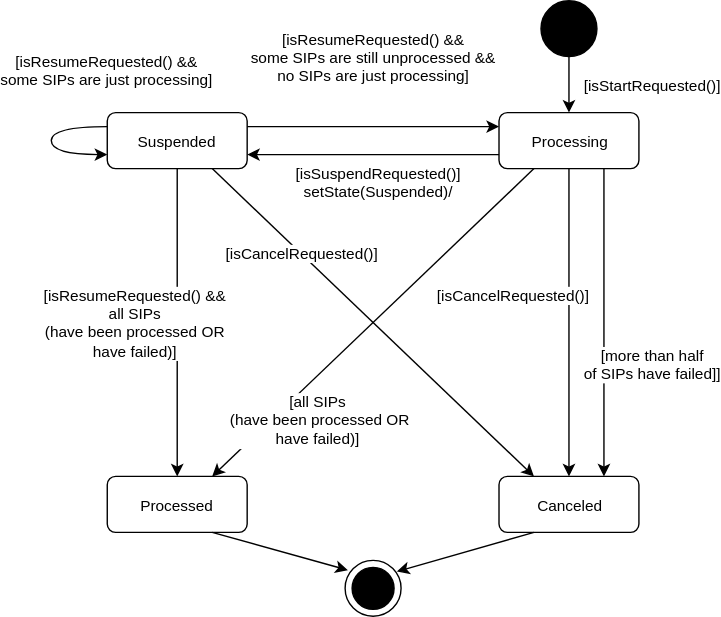
LIBCAS/ARCLib keeps this draw.io diagram as wiki/img/Batch_state_diagram.svg. Above is the earlier version. Source tidied: cells renumbered, new cells last; positions are measured from the earlier drawing's top-left corner, leaving out a move shared by most shapes. Its diagram source:
```xml
<mxGraphModel>
  <root>
    <mxCell id="0" />
    <mxCell id="1" parent="0" />
    <mxCell id="2" value="Processing" style="shape=rect;rounded=1;html=1;whiteSpace=wrap;align=center;shadow=0;fillColor=#FFFFFF;fontSize=11;" parent="1" vertex="1">
      <mxGeometry x="320" y="80" width="100" height="40" as="geometry" />
    </mxCell>
    <mxCell id="3" value="Suspended" style="shape=rect;rounded=1;html=1;whiteSpace=wrap;align=center;shadow=0;fillColor=#FFFFFF;fontSize=11;" parent="1" vertex="1">
      <mxGeometry x="40" y="80" width="100" height="40" as="geometry" />
    </mxCell>
    <mxCell id="4" value="[isSuspendRequested()]&lt;div&gt;setState(Suspended)/&lt;/div&gt;" style="edgeStyle=none;rounded=0;html=1;startArrow=none;startFill=0;endArrow=classic;endFill=1;jettySize=auto;fontSize=11;entryX=1;entryY=0.75;exitX=0;exitY=0.75;" parent="1" edge="1" source="2" target="3">
      <mxGeometry x="-0.04" y="20" relative="1" as="geometry" />
    </mxCell>
    <mxCell id="5" value="Canceled" style="shape=rect;rounded=1;html=1;whiteSpace=wrap;align=center;shadow=0;fillColor=#FFFFFF;fontSize=11;" parent="1" vertex="1">
      <mxGeometry x="320" y="340" width="100" height="40" as="geometry" />
    </mxCell>
    <mxCell id="6" value="Processed" style="shape=rect;rounded=1;html=1;whiteSpace=wrap;align=center;shadow=0;fillColor=#FFFFFF;fontSize=11;" parent="1" vertex="1">
      <mxGeometry x="40" y="340" width="100" height="40" as="geometry" />
    </mxCell>
    <mxCell id="7" value="[isCancelRequested()]" style="edgeStyle=none;rounded=0;html=1;startArrow=none;startFill=0;endArrow=classic;endFill=1;jettySize=auto;fontSize=11;exitX=0.5;exitY=1;" parent="1" edge="1" source="2" target="5">
      <mxGeometry x="-0.18" y="-40" relative="1" as="geometry" />
    </mxCell>
    <mxCell id="8" value="[isResumeRequested() &amp;amp;&amp;amp;&lt;div&gt;all SIPs&lt;div&gt;(have been processed OR&lt;/div&gt;&lt;div&gt;have failed)]&lt;/div&gt;&lt;/div&gt;" style="edgeStyle=none;rounded=0;html=1;entryX=0.5;entryY=0;startArrow=none;startFill=0;endArrow=classic;endFill=1;jettySize=auto;fontSize=11;" parent="1" edge="1" source="3" target="6">
      <mxGeometry y="-30" relative="1" as="geometry" />
    </mxCell>
    <mxCell id="9" style="shape=ellipse;html=1;fillColor=#000000;fontSize=18;fontColor=#ffffff;shadow=0;" parent="1" vertex="1">
      <mxGeometry x="350" width="40" height="40" as="geometry" />
    </mxCell>
    <mxCell id="10" value="[isStartRequested()]" style="edgeStyle=none;rounded=0;html=1;entryX=0.5;entryY=0;startArrow=none;startFill=0;endArrow=classic;endFill=1;jettySize=auto;fontSize=11;" parent="1" edge="1" source="9" target="2">
      <mxGeometry y="60" relative="1" as="geometry" />
    </mxCell>
    <mxCell id="11" style="shape=mxgraph.sysml.actFinal;html=1;verticalLabelPosition=bottom;labelBackgroundColor=#ffffff;verticalAlign=top;shadow=0;fillColor=#FFFFFF;fontSize=11;" parent="1" vertex="1">
      <mxGeometry x="210" y="400" width="40" height="40" as="geometry" />
    </mxCell>
    <mxCell id="12" style="edgeStyle=none;rounded=0;html=1;startArrow=none;startFill=0;endArrow=classic;endFill=1;jettySize=auto;fontSize=11;entryX=0.925;entryY=0.2;entryPerimeter=0;exitX=0.25;exitY=1;" parent="1" edge="1" source="5" target="11">
      <mxGeometry relative="1" as="geometry" />
    </mxCell>
    <mxCell id="13" style="edgeStyle=none;rounded=0;html=1;exitX=0.75;exitY=1;startArrow=none;startFill=0;endArrow=classic;endFill=1;jettySize=auto;fontSize=11;entryX=0.05;entryY=0.175;entryPerimeter=0;" parent="1" edge="1" source="6" target="11">
      <mxGeometry relative="1" as="geometry" />
    </mxCell>
    <mxCell id="14" value="[isResumeRequested() &amp;amp;&amp;amp;&lt;div&gt;some SIPs are just processing]&lt;/div&gt;" style="edgeStyle=orthogonalEdgeStyle;rounded=0;html=1;startArrow=none;startFill=0;endArrow=classic;endFill=1;jettySize=auto;orthogonalLoop=1;fontSize=11;curved=1;entryX=0;entryY=0.75;" parent="1" edge="1" source="3" target="3">
      <mxGeometry x="-0.2" y="57" relative="1" as="geometry">
        <Array as="points">
          <mxPoint y="90" />
          <mxPoint y="110" />
        </Array>
        <mxPoint x="-17" y="-40" as="offset" />
      </mxGeometry>
    </mxCell>
    <mxCell id="15" value="[isResumeRequested() &amp;amp;&amp;amp;&lt;div&gt;some SIPs are still unprocessed &amp;amp;&amp;amp;&lt;div&gt;no SIPs are just processing]&lt;/div&gt;&lt;/div&gt;" style="rounded=0;html=1;exitX=1;exitY=0.25;entryX=0;entryY=0.25;startArrow=none;startFill=0;endArrow=classic;endFill=1;jettySize=auto;fontSize=11;" parent="1" edge="1" source="3" target="2">
      <mxGeometry y="50" relative="1" as="geometry" />
    </mxCell>
    <mxCell id="16" value="[isCancelRequested()]" style="rounded=0;html=1;exitX=0.75;exitY=1;entryX=0.25;entryY=0;startArrow=none;startFill=0;endArrow=classic;endFill=1;jettySize=auto;fontSize=11;" parent="1" edge="1" source="3" target="5">
      <mxGeometry x="-0.44" y="2" relative="1" as="geometry">
        <mxPoint y="1" as="offset" />
      </mxGeometry>
    </mxCell>
    <mxCell id="17" value="[more than half&lt;div&gt;of SIPs have failed]]&lt;/div&gt;" style="edgeStyle=none;rounded=0;html=1;exitX=0.75;exitY=1;entryX=0.75;entryY=0;startArrow=none;startFill=0;endArrow=classic;endFill=1;jettySize=auto;fontSize=11;" parent="1" edge="1" source="2" target="5">
      <mxGeometry x="0.27" y="35" relative="1" as="geometry" />
    </mxCell>
    <mxCell id="18" value="[all SIPs&lt;div&gt;&amp;nbsp;(have been processed OR&lt;/div&gt;&lt;div&gt;have failed)]&lt;/div&gt;" style="edgeStyle=none;rounded=0;html=1;entryX=0.75;entryY=0;startArrow=none;startFill=0;endArrow=classic;endFill=1;jettySize=auto;fontSize=11;exitX=0.25;exitY=1;labelBackgroundColor=#ffffff;" parent="1" edge="1" source="2" target="6">
      <mxGeometry x="0.49" y="23" relative="1" as="geometry" />
    </mxCell>
  </root>
</mxGraphModel>
```
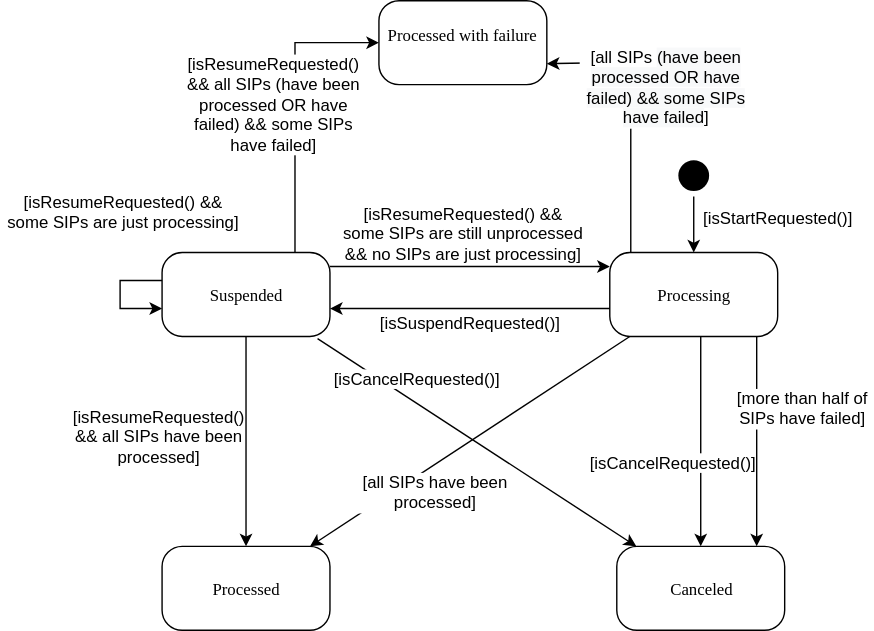
The same file after the commit.

Commit message:
updated batch state diagram

Change to the diagram source:
```diff
@@ -1,65 +1,122 @@
-<mxGraphModel>
+<mxGraphModel background="#ffffff">
   <root>
     <mxCell id="0" />
     <mxCell id="1" parent="0" />
+    <mxCell id="19" style="edgeStyle=orthogonalEdgeStyle;rounded=0;jettySize=auto;html=1;strokeColor=#000000;" parent="1" edge="1" source="20" target="2">
+      <mxGeometry y="65" relative="1" as="geometry" />
+    </mxCell>
+    <mxCell id="20" style="ellipse;html=1;shape=startState;fillColor=#000000;strokeColor=none;rounded=1;shadow=0;comic=0;labelBackgroundColor=none;fontFamily=Verdana;fontSize=12;fontColor=#000000;align=center;direction=south;" parent="1" vertex="1">
+      <mxGeometry x="570" y="-10" width="30" height="30" as="geometry" />
+    </mxCell>
+    <mxCell id="4" style="edgeStyle=orthogonalEdgeStyle;rounded=0;jettySize=auto;html=1;" parent="1" edge="1" source="2" target="3">
+      <mxGeometry relative="1" as="geometry">
+        <Array as="points">
+          <mxPoint x="460" y="100" />
+          <mxPoint x="460" y="100" />
+        </Array>
+      </mxGeometry>
+    </mxCell>
+    <mxCell id="21" style="edgeStyle=orthogonalEdgeStyle;rounded=0;jettySize=auto;html=1;strokeColor=#000000;fontSize=12;fontColor=#000000;" parent="1" edge="1" source="2" target="5">
+      <mxGeometry relative="1" as="geometry">
+        <Array as="points">
+          <mxPoint x="630" y="160" />
+          <mxPoint x="630" y="160" />
+        </Array>
+      </mxGeometry>
+    </mxCell>
+    <mxCell id="22" style="edgeStyle=orthogonalEdgeStyle;rounded=0;jettySize=auto;html=1;entryX=0.5;entryY=0;entryDx=0;entryDy=0;strokeColor=#000000;fontSize=12;fontColor=#000000;" parent="1" edge="1" source="2" target="5">
+      <mxGeometry relative="1" as="geometry">
+        <Array as="points">
+          <mxPoint x="590" y="160" />
+          <mxPoint x="590" y="160" />
+        </Array>
+      </mxGeometry>
+    </mxCell>
+    <mxCell id="23" style="edgeStyle=orthogonalEdgeStyle;rounded=0;jettySize=auto;html=1;entryX=1;entryY=0.75;entryDx=0;entryDy=0;strokeColor=#000000;fontSize=12;fontColor=#000000;" parent="1" edge="1" source="2" target="33">
+      <mxGeometry relative="1" as="geometry">
+        <Array as="points">
+          <mxPoint x="540" y="-76" />
+        </Array>
+      </mxGeometry>
+    </mxCell>
-    <mxCell id="2" value="Processing" style="shape=rect;rounded=1;html=1;whiteSpace=wrap;align=center;shadow=0;fillColor=#FFFFFF;fontSize=11;" parent="1" vertex="1">
-      <mxGeometry x="320" y="80" width="100" height="40" as="geometry" />
+    <mxCell id="2" value="Processing" style="rounded=1;whiteSpace=wrap;html=1;arcSize=24;fillColor=none;strokeColor=#000000;shadow=0;comic=0;labelBackgroundColor=none;fontFamily=Verdana;fontSize=12;fontColor=#000000;align=center;" parent="1" vertex="1">
+      <mxGeometry x="525" y="60" width="120" height="60" as="geometry" />
     </mxCell>
+    <mxCell id="24" style="edgeStyle=orthogonalEdgeStyle;rounded=0;jettySize=auto;html=1;strokeColor=#000000;fontSize=12;fontColor=#000000;" parent="1" edge="1" source="3" target="2">
+      <mxGeometry relative="1" as="geometry">
+        <Array as="points">
+          <mxPoint x="470" y="70" />
+          <mxPoint x="470" y="70" />
+        </Array>
+      </mxGeometry>
+    </mxCell>
+    <mxCell id="8" style="edgeStyle=orthogonalEdgeStyle;rounded=0;jettySize=auto;html=1;strokeColor=#000000;fontSize=12;fontColor=#000000;" parent="1" edge="1" source="3" target="6">
+      <mxGeometry relative="1" as="geometry" />
+    </mxCell>
+    <mxCell id="25" style="edgeStyle=orthogonalEdgeStyle;rounded=0;jettySize=auto;html=1;entryX=0;entryY=0.5;entryDx=0;entryDy=0;strokeColor=#000000;fontSize=12;fontColor=#000000;" parent="1" edge="1" source="3" target="33">
+      <mxGeometry relative="1" as="geometry">
+        <Array as="points">
+          <mxPoint x="300" y="-90" />
+        </Array>
+      </mxGeometry>
+    </mxCell>
-    <mxCell id="3" value="Suspended" style="shape=rect;rounded=1;html=1;whiteSpace=wrap;align=center;shadow=0;fillColor=#FFFFFF;fontSize=11;" parent="1" vertex="1">
-      <mxGeometry x="40" y="80" width="100" height="40" as="geometry" />
+    <mxCell id="3" value="Suspended" style="rounded=1;whiteSpace=wrap;html=1;arcSize=24;fillColor=none;strokeColor=#000000;shadow=0;comic=0;labelBackgroundColor=none;fontFamily=Verdana;fontSize=12;fontColor=#000000;align=center;" parent="1" vertex="1">
+      <mxGeometry x="205" y="60" width="120" height="60" as="geometry" />
     </mxCell>
-    <mxCell id="4" value="[isSuspendRequested()]&lt;div&gt;setState(Suspended)/&lt;/div&gt;" style="edgeStyle=none;rounded=0;html=1;startArrow=none;startFill=0;endArrow=classic;endFill=1;jettySize=auto;fontSize=11;entryX=1;entryY=0.75;exitX=0;exitY=0.75;" parent="1" edge="1" source="2" target="3">
-      <mxGeometry x="-0.04" y="20" relative="1" as="geometry" />
-    </mxCell>
+    <mxCell id="15" value="[isResumeRequested() &amp;amp;&amp;amp; some SIPs are still unprocessed &amp;amp;&amp;amp; no SIPs are just processing]" style="rounded=0;whiteSpace=wrap;html=1;strokeColor=none;fillColor=none;fontColor=#000000;labelBackgroundColor=#ffffff;" parent="1" vertex="1">
+      <mxGeometry x="332.5" y="20" width="175" height="50" as="geometry" />
+    </mxCell>
+    <mxCell id="10" value="&lt;span style=&quot;font-size: 12px; white-space: nowrap; background-color: rgb(255, 255, 255);&quot;&gt;[isStartRequested()]&lt;/span&gt;" style="rounded=0;whiteSpace=wrap;html=1;strokeColor=none;fillColor=none;fontColor=#000000;fontSize=12;" parent="1" vertex="1">
+      <mxGeometry x="577.5" y="20" width="135" height="30" as="geometry" />
+    </mxCell>
+    <mxCell id="26" style="edgeStyle=orthogonalEdgeStyle;rounded=0;orthogonalLoop=1;jettySize=auto;html=1;strokeColor=#000000;fontSize=12;fontColor=#000000;" parent="1" edge="1" source="3" target="3">
+      <mxGeometry relative="1" as="geometry">
+        <Array as="points">
+          <mxPoint x="175" y="80" />
+        </Array>
+      </mxGeometry>
+    </mxCell>
+    <mxCell id="14" value="[isResumeRequested() &amp;amp;&amp;amp; some SIPs are just processing]" style="rounded=0;whiteSpace=wrap;html=1;strokeColor=none;fillColor=none;fontColor=#000000;" parent="1" vertex="1">
+      <mxGeometry x="90" width="175" height="60" as="geometry" />
+    </mxCell>
+    <mxCell id="27" value="[isSuspendRequested()]" style="rounded=0;whiteSpace=wrap;html=1;strokeColor=none;fillColor=none;fontColor=#000000;" parent="1" vertex="1">
+      <mxGeometry x="337.5" y="80" width="175" height="60" as="geometry" />
+    </mxCell>
+    <mxCell id="6" value="Processed" style="rounded=1;whiteSpace=wrap;html=1;arcSize=24;fillColor=none;strokeColor=#000000;shadow=0;comic=0;labelBackgroundColor=none;fontFamily=Verdana;fontSize=12;fontColor=#000000;align=center;" parent="1" vertex="1">
+      <mxGeometry x="205" y="270" width="120" height="60" as="geometry" />
+    </mxCell>
-    <mxCell id="5" value="Canceled" style="shape=rect;rounded=1;html=1;whiteSpace=wrap;align=center;shadow=0;fillColor=#FFFFFF;fontSize=11;" parent="1" vertex="1">
-      <mxGeometry x="320" y="340" width="100" height="40" as="geometry" />
+    <mxCell id="5" value="Canceled" style="rounded=1;whiteSpace=wrap;html=1;arcSize=24;fillColor=none;strokeColor=#000000;shadow=0;comic=0;labelBackgroundColor=none;fontFamily=Verdana;fontSize=12;fontColor=#000000;align=center;" parent="1" vertex="1">
+      <mxGeometry x="530" y="270" width="120" height="60" as="geometry" />
     </mxCell>
-    <mxCell id="6" value="Processed" style="shape=rect;rounded=1;html=1;whiteSpace=wrap;align=center;shadow=0;fillColor=#FFFFFF;fontSize=11;" parent="1" vertex="1">
-      <mxGeometry x="40" y="340" width="100" height="40" as="geometry" />
-    </mxCell>
-    <mxCell id="7" value="[isCancelRequested()]" style="edgeStyle=none;rounded=0;html=1;startArrow=none;startFill=0;endArrow=classic;endFill=1;jettySize=auto;fontSize=11;exitX=0.5;exitY=1;" parent="1" edge="1" source="2" target="5">
-      <mxGeometry x="-0.18" y="-40" relative="1" as="geometry" />
-    </mxCell>
-    <mxCell id="8" value="[isResumeRequested() &amp;amp;&amp;amp;&lt;div&gt;all SIPs&lt;div&gt;(have been processed OR&lt;/div&gt;&lt;div&gt;have failed)]&lt;/div&gt;&lt;/div&gt;" style="edgeStyle=none;rounded=0;html=1;entryX=0.5;entryY=0;startArrow=none;startFill=0;endArrow=classic;endFill=1;jettySize=auto;fontSize=11;" parent="1" edge="1" source="3" target="6">
-      <mxGeometry y="-30" relative="1" as="geometry" />
-    </mxCell>
-    <mxCell id="9" style="shape=ellipse;html=1;fillColor=#000000;fontSize=18;fontColor=#ffffff;shadow=0;" parent="1" vertex="1">
-      <mxGeometry x="350" width="40" height="40" as="geometry" />
-    </mxCell>
-    <mxCell id="10" value="[isStartRequested()]" style="edgeStyle=none;rounded=0;html=1;entryX=0.5;entryY=0;startArrow=none;startFill=0;endArrow=classic;endFill=1;jettySize=auto;fontSize=11;" parent="1" edge="1" source="9" target="2">
-      <mxGeometry y="60" relative="1" as="geometry" />
-    </mxCell>
-    <mxCell id="11" style="shape=mxgraph.sysml.actFinal;html=1;verticalLabelPosition=bottom;labelBackgroundColor=#ffffff;verticalAlign=top;shadow=0;fillColor=#FFFFFF;fontSize=11;" parent="1" vertex="1">
-      <mxGeometry x="210" y="400" width="40" height="40" as="geometry" />
-    </mxCell>
-    <mxCell id="12" style="edgeStyle=none;rounded=0;html=1;startArrow=none;startFill=0;endArrow=classic;endFill=1;jettySize=auto;fontSize=11;entryX=0.925;entryY=0.2;entryPerimeter=0;exitX=0.25;exitY=1;" parent="1" edge="1" source="5" target="11">
-      <mxGeometry relative="1" as="geometry" />
-    </mxCell>
-    <mxCell id="13" style="edgeStyle=none;rounded=0;html=1;exitX=0.75;exitY=1;startArrow=none;startFill=0;endArrow=classic;endFill=1;jettySize=auto;fontSize=11;entryX=0.05;entryY=0.175;entryPerimeter=0;" parent="1" edge="1" source="6" target="11">
-      <mxGeometry relative="1" as="geometry" />
-    </mxCell>
-    <mxCell id="14" value="[isResumeRequested() &amp;amp;&amp;amp;&lt;div&gt;some SIPs are just processing]&lt;/div&gt;" style="edgeStyle=orthogonalEdgeStyle;rounded=0;html=1;startArrow=none;startFill=0;endArrow=classic;endFill=1;jettySize=auto;orthogonalLoop=1;fontSize=11;curved=1;entryX=0;entryY=0.75;" parent="1" edge="1" source="3" target="3">
-      <mxGeometry x="-0.2" y="57" relative="1" as="geometry">
-        <Array as="points">
-          <mxPoint y="90" />
-          <mxPoint y="110" />
-        </Array>
-        <mxPoint x="-17" y="-40" as="offset" />
-      </mxGeometry>
-    </mxCell>
-    <mxCell id="15" value="[isResumeRequested() &amp;amp;&amp;amp;&lt;div&gt;some SIPs are still unprocessed &amp;amp;&amp;amp;&lt;div&gt;no SIPs are just processing]&lt;/div&gt;&lt;/div&gt;" style="rounded=0;html=1;exitX=1;exitY=0.25;entryX=0;entryY=0.25;startArrow=none;startFill=0;endArrow=classic;endFill=1;jettySize=auto;fontSize=11;" parent="1" edge="1" source="3" target="2">
-      <mxGeometry y="50" relative="1" as="geometry" />
-    </mxCell>
+    <mxCell id="28" value="[more than half of SIPs have failed]" style="rounded=0;whiteSpace=wrap;html=1;strokeColor=none;fillColor=none;fontColor=#000000;labelBackgroundColor=#ffffff;" parent="1" vertex="1">
+      <mxGeometry x="613" y="150" width="100" height="40" as="geometry" />
+    </mxCell>
+    <mxCell id="29" value="[isCancelRequested()]" style="rounded=0;whiteSpace=wrap;html=1;strokeColor=none;fillColor=none;fontColor=#000000;labelBackgroundColor=#ffffff;" parent="1" vertex="1">
+      <mxGeometry x="507.5" y="200" width="125" height="20" as="geometry" />
+    </mxCell>
+    <mxCell id="18" style="endArrow=classic;html=1;strokeColor=#000000;fontSize=12;fontColor=#000000;" parent="1" edge="1" source="2" target="6">
+      <mxGeometry relative="1" as="geometry" />
+    </mxCell>
+    <mxCell id="30" value="[all SIPs have been processed]" style="rounded=0;whiteSpace=wrap;html=1;strokeColor=none;fillColor=none;fontColor=#000000;labelBackgroundColor=#ffffff;" parent="1" vertex="1">
+      <mxGeometry x="337.5" y="220" width="125" height="20" as="geometry" />
+    </mxCell>
-    <mxCell id="16" value="[isCancelRequested()]" style="rounded=0;html=1;exitX=0.75;exitY=1;entryX=0.25;entryY=0;startArrow=none;startFill=0;endArrow=classic;endFill=1;jettySize=auto;fontSize=11;" parent="1" edge="1" source="3" target="5">
-      <mxGeometry x="-0.44" y="2" relative="1" as="geometry">
-        <mxPoint y="1" as="offset" />
-      </mxGeometry>
+    <mxCell id="16" style="endArrow=classic;html=1;strokeColor=#000000;fontSize=12;fontColor=#000000;exitX=0.926;exitY=1.026;exitDx=0;exitDy=0;exitPerimeter=0;" parent="1" edge="1" source="3" target="5">
+      <mxGeometry relative="1" as="geometry" />
     </mxCell>
-    <mxCell id="17" value="[more than half&lt;div&gt;of SIPs have failed]]&lt;/div&gt;" style="edgeStyle=none;rounded=0;html=1;exitX=0.75;exitY=1;entryX=0.75;entryY=0;startArrow=none;startFill=0;endArrow=classic;endFill=1;jettySize=auto;fontSize=11;" parent="1" edge="1" source="2" target="5">
-      <mxGeometry x="0.27" y="35" relative="1" as="geometry" />
-    </mxCell>
-    <mxCell id="18" value="[all SIPs&lt;div&gt;&amp;nbsp;(have been processed OR&lt;/div&gt;&lt;div&gt;have failed)]&lt;/div&gt;" style="edgeStyle=none;rounded=0;html=1;entryX=0.75;entryY=0;startArrow=none;startFill=0;endArrow=classic;endFill=1;jettySize=auto;fontSize=11;exitX=0.25;exitY=1;labelBackgroundColor=#ffffff;" parent="1" edge="1" source="2" target="6">
-      <mxGeometry x="0.49" y="23" relative="1" as="geometry" />
-    </mxCell>
+    <mxCell id="31" value="[isCancelRequested()]" style="rounded=0;whiteSpace=wrap;html=1;strokeColor=none;fillColor=none;fontColor=#000000;labelBackgroundColor=#ffffff;" parent="1" vertex="1">
+      <mxGeometry x="325" y="140" width="125" height="20" as="geometry" />
+    </mxCell>
+    <mxCell id="32" value="[isResumeRequested() &amp;amp;&amp;amp; all SIPs have been processed]" style="rounded=0;whiteSpace=wrap;html=1;strokeColor=none;fillColor=none;fontColor=#000000;" parent="1" vertex="1">
+      <mxGeometry x="150" y="160" width="105" height="60" as="geometry" />
+    </mxCell>
+    <mxCell id="33" value="Processed with failure" style="rounded=1;whiteSpace=wrap;html=1;arcSize=24;fillColor=none;strokeColor=#000000;shadow=0;comic=0;labelBackgroundColor=none;fontFamily=Verdana;fontSize=12;fontColor=#000000;align=center;" parent="1" vertex="1">
+      <mxGeometry x="360" y="-120" width="120" height="60" as="geometry" />
+    </mxCell>
+    <mxCell id="34" value="[all SIPs&amp;nbsp;&lt;span style=&quot;background-color: rgb(248 , 249 , 250)&quot;&gt;(have been processed OR have failed) &amp;amp;&amp;amp; some SIPs have failed&lt;/span&gt;]" style="rounded=0;whiteSpace=wrap;html=1;strokeColor=none;fillColor=none;fontColor=#000000;labelBackgroundColor=#ffffff;" parent="1" vertex="1">
+      <mxGeometry x="502.5" y="-94" width="125" height="68" as="geometry" />
+    </mxCell>
+    <mxCell id="35" value="[isResumeRequested() &amp;amp;&amp;amp; all SIPs (have been processed OR have failed) &amp;amp;&amp;amp; some SIPs have failed]" style="rounded=0;whiteSpace=wrap;html=1;strokeColor=none;fillColor=none;fontColor=#000000;labelBackgroundColor=#ffffff;" parent="1" vertex="1">
+      <mxGeometry x="232.5" y="-78.5" width="105" height="60" as="geometry" />
+    </mxCell>
   </root>
 </mxGraphModel>
```
